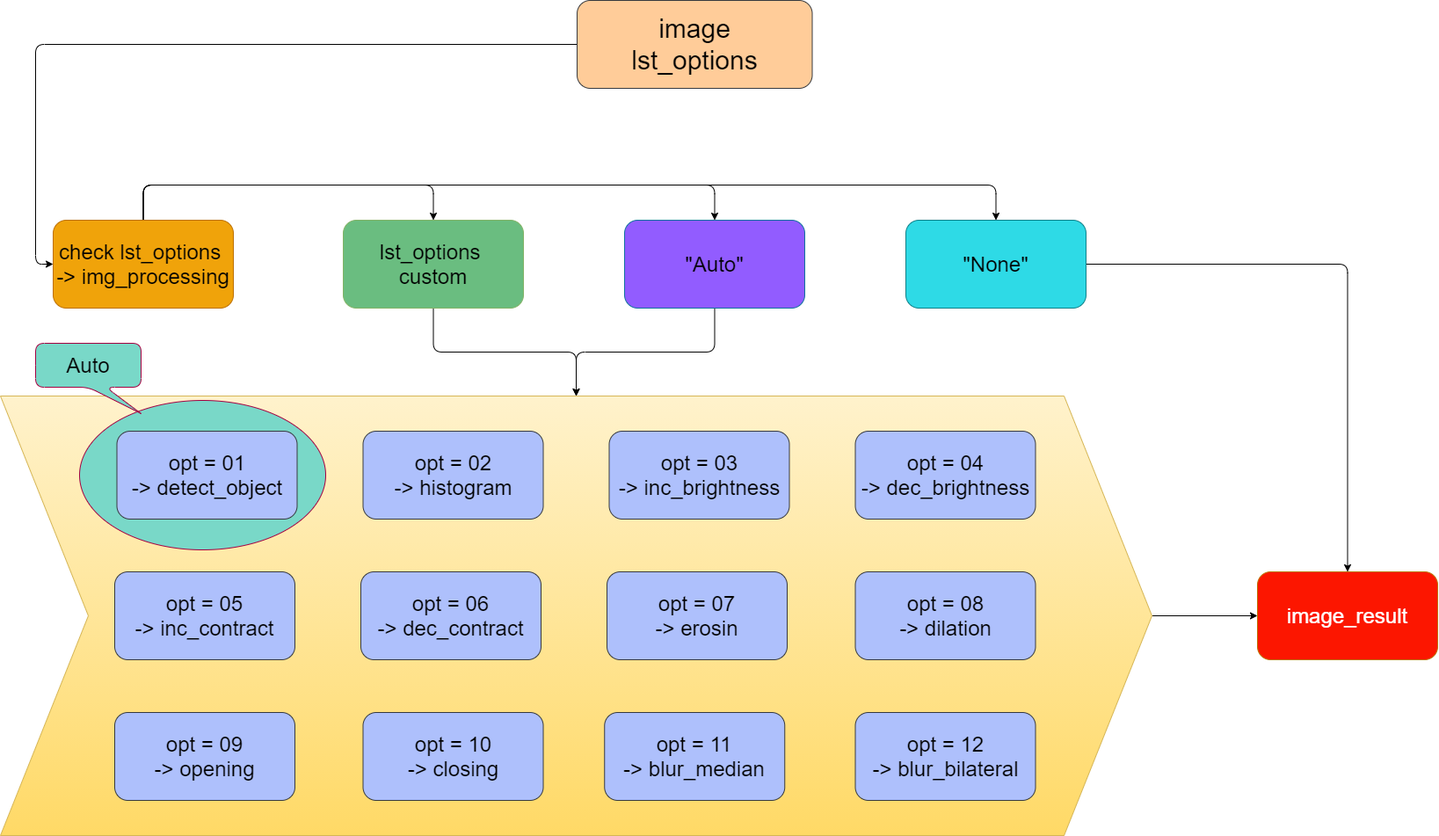
Earlier version of the draw.io export _Image.drawio.png (PhamTruongUit/IDCard_OCR). Source tidied: cells renumbered, new cells last; positions are measured from the earlier drawing's top-left corner, leaving out a move shared by most shapes.
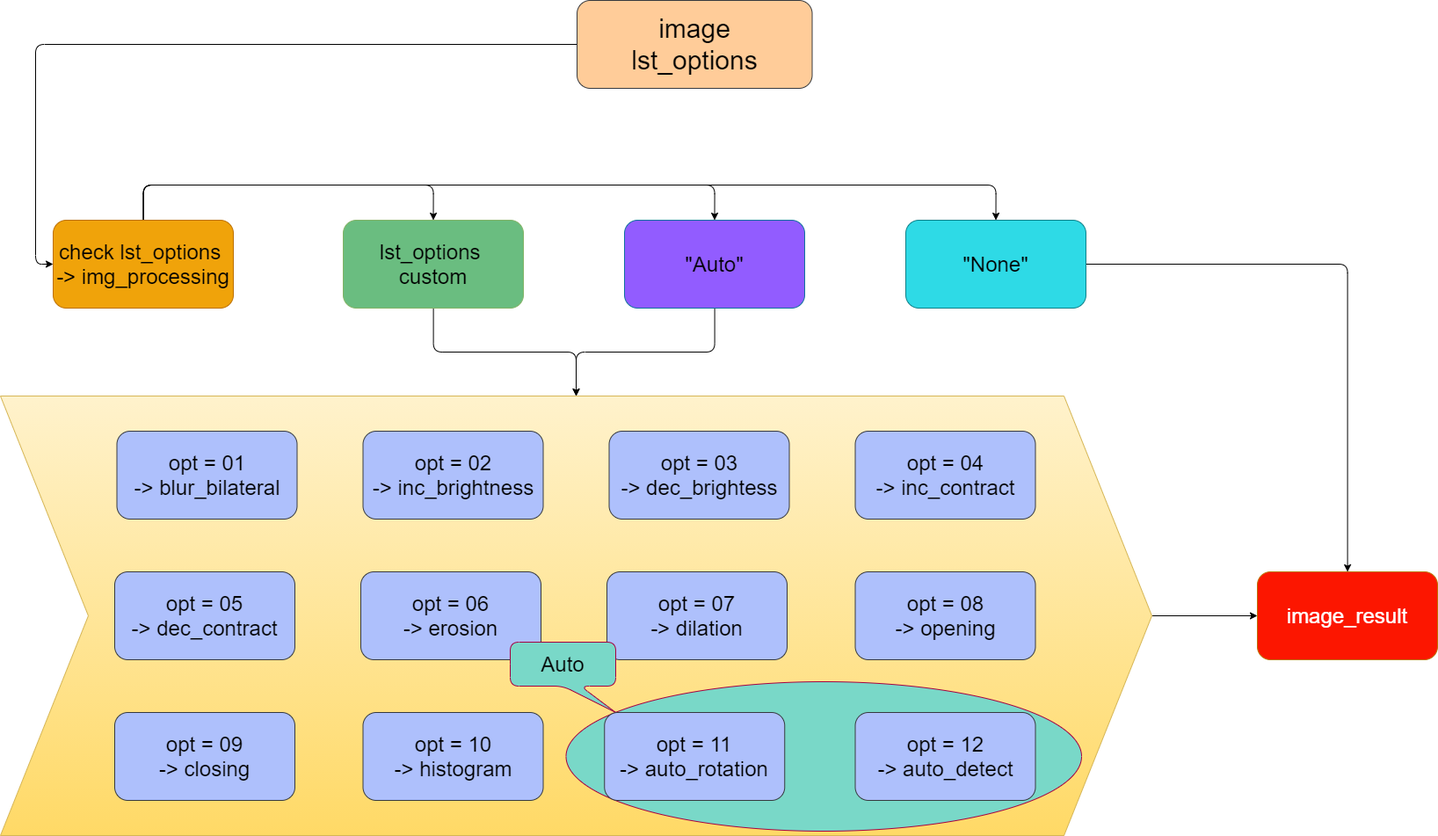
The same file after the commit.

The edit, as a diff of the source:
```diff
@@ -41,7 +41,7 @@
     <mxCell id="9" value="&lt;div style=&quot;font-size: 30px&quot;&gt;&lt;font style=&quot;font-size: 30px&quot;&gt;image&lt;/font&gt;&lt;/div&gt;&lt;div style=&quot;font-size: 30px&quot;&gt;&lt;font style=&quot;font-size: 30px&quot;&gt;lst_options&lt;/font&gt;&lt;/div&gt;" style="whiteSpace=wrap;html=1;rounded=1;align=center;fontStyle=0;shadow=0;fontSize=30;strokeColor=#36393d;fillColor=#FFCC99;" parent="1" vertex="1">
       <mxGeometry x="656" width="267.5" height="100" as="geometry" />
     </mxCell>
-    <mxCell id="10" value="&lt;div style=&quot;font-size: 24px;&quot;&gt;&lt;span style=&quot;font-size: 24px;&quot;&gt;opt = 10&lt;/span&gt;&lt;/div&gt;&lt;div style=&quot;font-size: 24px;&quot;&gt;&lt;span style=&quot;font-size: 24px;&quot;&gt;-&amp;gt; closing&lt;/span&gt;&lt;/div&gt;" style="whiteSpace=wrap;html=1;rounded=1;align=center;strokeColor=#36393d;fontStyle=0;shadow=0;fillColor=#AEC0FC;fontSize=24;" parent="1" vertex="1">
+    <mxCell id="10" value="&lt;div style=&quot;font-size: 24px&quot;&gt;&lt;span style=&quot;font-size: 24px&quot;&gt;opt = 10&lt;/span&gt;&lt;/div&gt;&lt;div style=&quot;font-size: 24px&quot;&gt;&lt;span style=&quot;font-size: 24px&quot;&gt;-&amp;gt; histogram&lt;/span&gt;&lt;/div&gt;" style="whiteSpace=wrap;html=1;rounded=1;align=center;strokeColor=#36393d;fontStyle=0;shadow=0;fillColor=#AEC0FC;fontSize=24;" parent="1" vertex="1">
       <mxGeometry x="412.5" y="810" width="205" height="100" as="geometry" />
     </mxCell>
     <mxCell id="11" style="edgeStyle=orthogonalEdgeStyle;rounded=1;jettySize=auto;html=1;fontStyle=0;shadow=0;fontSize=24;" parent="1" edge="1" source="12" target="3">
@@ -62,46 +62,46 @@
     <mxCell id="16" value="&lt;span style=&quot;font-size: 24px&quot;&gt;&quot;None&quot;&lt;/span&gt;" style="whiteSpace=wrap;html=1;rounded=1;align=center;strokeColor=#0e8088;fontStyle=0;shadow=0;fontSize=24;fillColor=#2EDAE6;" parent="1" vertex="1">
       <mxGeometry x="1030" y="250" width="205" height="100" as="geometry" />
     </mxCell>
-    <mxCell id="17" value="&lt;div style=&quot;font-size: 24px;&quot;&gt;&lt;span style=&quot;font-size: 24px;&quot;&gt;opt = 02&lt;/span&gt;&lt;/div&gt;&lt;div style=&quot;font-size: 24px;&quot;&gt;&lt;span style=&quot;font-size: 24px;&quot;&gt;-&amp;gt; histogram&lt;/span&gt;&lt;/div&gt;" style="whiteSpace=wrap;html=1;rounded=1;align=center;strokeColor=#36393d;fontStyle=0;shadow=0;fillColor=#AEC0FC;fontSize=24;" parent="1" vertex="1">
+    <mxCell id="17" value="&lt;div style=&quot;font-size: 24px&quot;&gt;&lt;span style=&quot;font-size: 24px&quot;&gt;opt = 02&lt;/span&gt;&lt;/div&gt;&lt;div style=&quot;font-size: 24px&quot;&gt;&lt;span style=&quot;font-size: 24px&quot;&gt;-&amp;gt; inc_brightness&lt;/span&gt;&lt;/div&gt;" style="whiteSpace=wrap;html=1;rounded=1;align=center;strokeColor=#36393d;fontStyle=0;shadow=0;fillColor=#AEC0FC;fontSize=24;" parent="1" vertex="1">
       <mxGeometry x="412.5" y="490" width="205" height="100" as="geometry" />
     </mxCell>
-    <mxCell id="18" value="&lt;div style=&quot;font-size: 24px;&quot;&gt;&lt;span style=&quot;font-size: 24px;&quot;&gt;opt = 03&lt;/span&gt;&lt;/div&gt;&lt;div style=&quot;font-size: 24px;&quot;&gt;&lt;span style=&quot;font-size: 24px;&quot;&gt;-&amp;gt; inc_brightness&lt;/span&gt;&lt;/div&gt;" style="whiteSpace=wrap;html=1;rounded=1;align=center;strokeColor=#36393d;fontStyle=0;shadow=0;fillColor=#AEC0FC;fontSize=24;" parent="1" vertex="1">
+    <mxCell id="18" value="&lt;div style=&quot;font-size: 24px&quot;&gt;&lt;span style=&quot;font-size: 24px&quot;&gt;opt = 03&lt;/span&gt;&lt;/div&gt;&lt;div style=&quot;font-size: 24px&quot;&gt;&lt;span style=&quot;font-size: 24px&quot;&gt;-&amp;gt; dec_brightess&lt;/span&gt;&lt;/div&gt;" style="whiteSpace=wrap;html=1;rounded=1;align=center;strokeColor=#36393d;fontStyle=0;shadow=0;fillColor=#AEC0FC;fontSize=24;" parent="1" vertex="1">
       <mxGeometry x="692.5" y="490" width="205" height="100" as="geometry" />
     </mxCell>
-    <mxCell id="19" value="&lt;div style=&quot;font-size: 24px;&quot;&gt;&lt;span style=&quot;font-size: 24px;&quot;&gt;opt = 04&lt;/span&gt;&lt;/div&gt;&lt;div style=&quot;font-size: 24px;&quot;&gt;&lt;span style=&quot;font-size: 24px;&quot;&gt;-&amp;gt; dec_brightness&lt;/span&gt;&lt;/div&gt;" style="whiteSpace=wrap;html=1;rounded=1;align=center;strokeColor=#36393d;fontStyle=0;shadow=0;fillColor=#AEC0FC;fontSize=24;" parent="1" vertex="1">
+    <mxCell id="19" value="&lt;div style=&quot;font-size: 24px&quot;&gt;&lt;span style=&quot;font-size: 24px&quot;&gt;opt = 04&lt;/span&gt;&lt;/div&gt;&lt;div style=&quot;font-size: 24px&quot;&gt;&lt;span style=&quot;font-size: 24px&quot;&gt;-&amp;gt; inc_contract&lt;/span&gt;&lt;/div&gt;" style="whiteSpace=wrap;html=1;rounded=1;align=center;strokeColor=#36393d;fontStyle=0;shadow=0;fillColor=#AEC0FC;fontSize=24;" parent="1" vertex="1">
       <mxGeometry x="972.5" y="490" width="205" height="100" as="geometry" />
     </mxCell>
-    <mxCell id="20" value="&lt;div style=&quot;font-size: 24px;&quot;&gt;&lt;span style=&quot;font-size: 24px;&quot;&gt;opt = 05&lt;/span&gt;&lt;/div&gt;&lt;div style=&quot;font-size: 24px;&quot;&gt;&lt;span style=&quot;font-size: 24px;&quot;&gt;-&amp;gt; inc_contract&lt;/span&gt;&lt;/div&gt;" style="whiteSpace=wrap;html=1;rounded=1;align=center;strokeColor=#36393d;fontStyle=0;shadow=0;fillColor=#AEC0FC;fontSize=24;" parent="1" vertex="1">
+    <mxCell id="20" value="&lt;div style=&quot;font-size: 24px&quot;&gt;&lt;span style=&quot;font-size: 24px&quot;&gt;opt = 05&lt;/span&gt;&lt;/div&gt;&lt;div style=&quot;font-size: 24px&quot;&gt;&lt;span style=&quot;font-size: 24px&quot;&gt;-&amp;gt; dec_contract&lt;/span&gt;&lt;/div&gt;" style="whiteSpace=wrap;html=1;rounded=1;align=center;strokeColor=#36393d;fontStyle=0;shadow=0;fillColor=#AEC0FC;fontSize=24;" parent="1" vertex="1">
       <mxGeometry x="130" y="650" width="205" height="100" as="geometry" />
     </mxCell>
-    <mxCell id="21" value="&lt;div style=&quot;font-size: 24px;&quot;&gt;&lt;span style=&quot;font-size: 24px;&quot;&gt;opt = 06&lt;/span&gt;&lt;/div&gt;&lt;div style=&quot;font-size: 24px;&quot;&gt;&lt;span style=&quot;font-size: 24px;&quot;&gt;-&amp;gt; dec_contract&lt;/span&gt;&lt;/div&gt;" style="whiteSpace=wrap;html=1;rounded=1;align=center;strokeColor=#36393d;fontStyle=0;shadow=0;fillColor=#AEC0FC;fontSize=24;" parent="1" vertex="1">
+    <mxCell id="21" value="&lt;div style=&quot;font-size: 24px&quot;&gt;&lt;span style=&quot;font-size: 24px&quot;&gt;opt = 06&lt;/span&gt;&lt;/div&gt;&lt;div style=&quot;font-size: 24px&quot;&gt;&lt;span style=&quot;font-size: 24px&quot;&gt;-&amp;gt; erosion&lt;/span&gt;&lt;/div&gt;" style="whiteSpace=wrap;html=1;rounded=1;align=center;strokeColor=#36393d;fontStyle=0;shadow=0;fillColor=#AEC0FC;fontSize=24;" parent="1" vertex="1">
       <mxGeometry x="410" y="650" width="205" height="100" as="geometry" />
     </mxCell>
-    <mxCell id="22" value="&lt;div style=&quot;font-size: 24px;&quot;&gt;&lt;span style=&quot;font-size: 24px;&quot;&gt;opt = 07&lt;/span&gt;&lt;/div&gt;&lt;div style=&quot;font-size: 24px;&quot;&gt;&lt;span style=&quot;font-size: 24px;&quot;&gt;-&amp;gt; erosin&lt;/span&gt;&lt;/div&gt;" style="whiteSpace=wrap;html=1;rounded=1;align=center;strokeColor=#36393d;fontStyle=0;shadow=0;fillColor=#AEC0FC;fontSize=24;" parent="1" vertex="1">
+    <mxCell id="22" value="&lt;div style=&quot;font-size: 24px&quot;&gt;&lt;span style=&quot;font-size: 24px&quot;&gt;opt = 07&lt;/span&gt;&lt;/div&gt;&lt;div style=&quot;font-size: 24px&quot;&gt;&lt;span style=&quot;font-size: 24px&quot;&gt;-&amp;gt; di&lt;/span&gt;&lt;span&gt;lation&lt;/span&gt;&lt;/div&gt;" style="whiteSpace=wrap;html=1;rounded=1;align=center;strokeColor=#36393d;fontStyle=0;shadow=0;fillColor=#AEC0FC;fontSize=24;" parent="1" vertex="1">
       <mxGeometry x="690" y="650" width="205" height="100" as="geometry" />
     </mxCell>
-    <mxCell id="23" value="&lt;div style=&quot;font-size: 24px;&quot;&gt;&lt;span style=&quot;font-size: 24px;&quot;&gt;opt = 08&lt;/span&gt;&lt;/div&gt;&lt;div style=&quot;font-size: 24px;&quot;&gt;&lt;span style=&quot;font-size: 24px;&quot;&gt;-&amp;gt; dilation&lt;/span&gt;&lt;/div&gt;" style="whiteSpace=wrap;html=1;rounded=1;align=center;strokeColor=#36393d;fontStyle=0;shadow=0;fillColor=#AEC0FC;fontSize=24;" parent="1" vertex="1">
+    <mxCell id="23" value="&lt;div style=&quot;font-size: 24px&quot;&gt;&lt;span style=&quot;font-size: 24px&quot;&gt;opt = 08&lt;/span&gt;&lt;/div&gt;&lt;div style=&quot;font-size: 24px&quot;&gt;&lt;span style=&quot;font-size: 24px&quot;&gt;-&amp;gt; opening&lt;/span&gt;&lt;/div&gt;" style="whiteSpace=wrap;html=1;rounded=1;align=center;strokeColor=#36393d;fontStyle=0;shadow=0;fillColor=#AEC0FC;fontSize=24;" parent="1" vertex="1">
       <mxGeometry x="972.5" y="650" width="205" height="100" as="geometry" />
     </mxCell>
-    <mxCell id="24" value="&lt;div style=&quot;font-size: 24px;&quot;&gt;&lt;span style=&quot;font-size: 24px;&quot;&gt;opt = 09&lt;/span&gt;&lt;/div&gt;&lt;div style=&quot;font-size: 24px;&quot;&gt;&lt;span style=&quot;font-size: 24px;&quot;&gt;-&amp;gt; opening&lt;/span&gt;&lt;/div&gt;" style="whiteSpace=wrap;html=1;rounded=1;align=center;strokeColor=#36393d;fontStyle=0;shadow=0;fillColor=#AEC0FC;fontSize=24;" parent="1" vertex="1">
+    <mxCell id="24" value="&lt;div style=&quot;font-size: 24px&quot;&gt;&lt;span style=&quot;font-size: 24px&quot;&gt;opt = 09&lt;/span&gt;&lt;/div&gt;&lt;div style=&quot;font-size: 24px&quot;&gt;&lt;span style=&quot;font-size: 24px&quot;&gt;-&amp;gt; closing&lt;/span&gt;&lt;/div&gt;" style="whiteSpace=wrap;html=1;rounded=1;align=center;strokeColor=#36393d;fontStyle=0;shadow=0;fillColor=#AEC0FC;fontSize=24;" parent="1" vertex="1">
       <mxGeometry x="130" y="810" width="205" height="100" as="geometry" />
     </mxCell>
     <mxCell id="25" value="&lt;span style=&quot;font-size: 24px;&quot;&gt;&lt;font color=&quot;#ffffff&quot; style=&quot;font-size: 24px;&quot;&gt;image_result&lt;/font&gt;&lt;/span&gt;" style="whiteSpace=wrap;html=1;rounded=1;align=center;strokeColor=#BD7000;fontStyle=0;shadow=0;fontColor=#000000;fillColor=#FC1600;fontSize=24;" parent="1" vertex="1">
       <mxGeometry x="1430" y="650" width="205" height="100" as="geometry" />
     </mxCell>
     <mxCell id="26" style="ellipse;whiteSpace=wrap;html=1;strokeColor=#A50040;fontStyle=0;shadow=0;fontSize=24;fontColor=#ffffff;fillColor=#79D8C8;" parent="1" vertex="1">
-      <mxGeometry x="90" y="455" width="280" height="170" as="geometry" />
+      <mxGeometry x="643.5" y="775" width="586.5" height="170" as="geometry" />
     </mxCell>
-    <mxCell id="27" value="&lt;div style=&quot;font-size: 24px;&quot;&gt;&lt;span style=&quot;font-size: 24px;&quot;&gt;opt = 01&lt;/span&gt;&lt;/div&gt;&lt;div style=&quot;font-size: 24px;&quot;&gt;&lt;span style=&quot;font-size: 24px;&quot;&gt;-&amp;gt; detect_object&lt;/span&gt;&lt;/div&gt;" style="whiteSpace=wrap;html=1;rounded=1;align=center;strokeColor=#36393d;fontStyle=0;shadow=0;fillColor=#AEC0FC;fontSize=24;" parent="1" vertex="1">
+    <mxCell id="27" value="&lt;div style=&quot;font-size: 24px&quot;&gt;&lt;span style=&quot;font-size: 24px&quot;&gt;opt = 01&lt;/span&gt;&lt;/div&gt;&lt;div style=&quot;font-size: 24px&quot;&gt;&lt;span style=&quot;font-size: 24px&quot;&gt;-&amp;gt; blur_bilateral&lt;/span&gt;&lt;/div&gt;" style="whiteSpace=wrap;html=1;rounded=1;align=center;strokeColor=#36393d;fontStyle=0;shadow=0;fillColor=#AEC0FC;fontSize=24;" parent="1" vertex="1">
       <mxGeometry x="132.5" y="490" width="205" height="100" as="geometry" />
     </mxCell>
     <mxCell id="28" value="&lt;font style=&quot;font-size: 24px&quot; color=&quot;#000000&quot;&gt;Auto&lt;/font&gt;" style="shape=callout;rounded=1;whiteSpace=wrap;html=1;perimeter=calloutPerimeter;position2=1;fontStyle=0;strokeColor=#A50040;shadow=0;fontSize=24;fontColor=#ffffff;fillColor=#79D8C8;" parent="1" vertex="1">
-      <mxGeometry x="40" y="390" width="120" height="80" as="geometry" />
+      <mxGeometry x="580" y="730" width="120" height="80" as="geometry" />
     </mxCell>
-    <mxCell id="29" value="&lt;div style=&quot;font-size: 24px&quot;&gt;&lt;span style=&quot;font-size: 24px&quot;&gt;opt = 11&lt;/span&gt;&lt;/div&gt;&lt;div style=&quot;font-size: 24px&quot;&gt;&lt;span style=&quot;font-size: 24px&quot;&gt;-&amp;gt; blur_median&lt;/span&gt;&lt;/div&gt;" style="whiteSpace=wrap;html=1;rounded=1;align=center;strokeColor=#36393d;fontStyle=0;shadow=0;fillColor=#AEC0FC;fontSize=24;" parent="1" vertex="1">
+    <mxCell id="29" value="&lt;div style=&quot;font-size: 24px&quot;&gt;&lt;span style=&quot;font-size: 24px&quot;&gt;opt = 11&lt;/span&gt;&lt;/div&gt;&lt;div style=&quot;font-size: 24px&quot;&gt;&lt;span style=&quot;font-size: 24px&quot;&gt;-&amp;gt; auto_rotation&lt;/span&gt;&lt;/div&gt;" style="whiteSpace=wrap;html=1;rounded=1;align=center;strokeColor=#36393d;fontStyle=0;shadow=0;fillColor=#AEC0FC;fontSize=24;" parent="1" vertex="1">
       <mxGeometry x="687.2" y="810" width="205" height="100" as="geometry" />
     </mxCell>
-    <mxCell id="30" value="&lt;div style=&quot;font-size: 24px&quot;&gt;&lt;span style=&quot;font-size: 24px&quot;&gt;opt = 12&lt;/span&gt;&lt;/div&gt;&lt;div style=&quot;font-size: 24px&quot;&gt;&lt;span&gt;-&amp;gt; blur_bilateral&lt;/span&gt;&lt;/div&gt;" style="whiteSpace=wrap;html=1;rounded=1;align=center;strokeColor=#36393d;fontStyle=0;shadow=0;fillColor=#AEC0FC;fontSize=24;" parent="1" vertex="1">
+    <mxCell id="30" value="&lt;div style=&quot;font-size: 24px&quot;&gt;&lt;span style=&quot;font-size: 24px&quot;&gt;opt = 12&lt;/span&gt;&lt;/div&gt;&lt;div style=&quot;font-size: 24px&quot;&gt;&lt;span&gt;-&amp;gt; auto_detect&lt;/span&gt;&lt;/div&gt;" style="whiteSpace=wrap;html=1;rounded=1;align=center;strokeColor=#36393d;fontStyle=0;shadow=0;fillColor=#AEC0FC;fontSize=24;" parent="1" vertex="1">
       <mxGeometry x="972.5" y="810" width="205" height="100" as="geometry" />
     </mxCell>
   </root>
```
